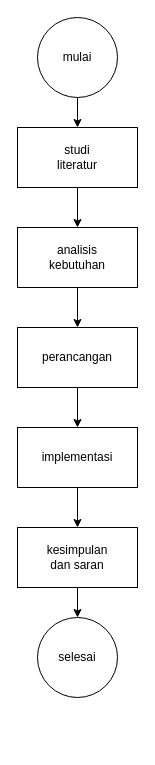
Joestarjordy/Projek-RPL keeps this draw.io diagram as metode.drawio. Above is the earlier version. Source tidied: cells renumbered, new cells numbered last; positions are measured from the earlier drawing's top-left corner, leaving out a move shared by most shapes. Both pictures are drawn from the tidied source at 100%, with x=0, y=0 at pixel (17, 17).
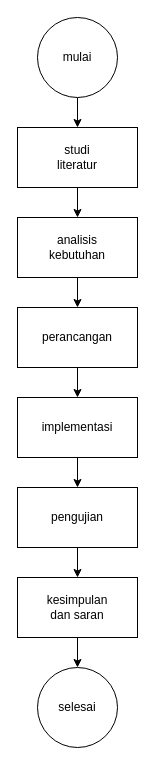
The same page after the edit.

What changed in the source:
```diff
@@
 <mxGraphModel>
   <root>
     <mxCell id="0" />
     <mxCell id="1" parent="0" />
     <mxCell id="2" style="edgeStyle=orthogonalEdgeStyle;rounded=0;jettySize=auto;html=1;exitX=0.5;exitY=1;exitDx=0;exitDy=0;entryX=0.5;entryY=0;entryDx=0;entryDy=0;" parent="1" edge="1" source="3" target="5">
       <mxGeometry relative="1" as="geometry" />
     </mxCell>
     <mxCell id="3" value="mulai" style="ellipse;whiteSpace=wrap;html=1;" parent="1" vertex="1">
       <mxGeometry x="20" width="80" height="80" as="geometry" />
     </mxCell>
     <mxCell id="4" style="edgeStyle=orthogonalEdgeStyle;rounded=0;jettySize=auto;html=1;exitX=0.5;exitY=1;exitDx=0;exitDy=0;entryX=0.5;entryY=0;entryDx=0;entryDy=0;" parent="1" edge="1" source="5" target="7">
       <mxGeometry relative="1" as="geometry" />
     </mxCell>
     <mxCell id="5" value="studi&lt;div&gt;literatur&lt;/div&gt;" style="rounded=0;whiteSpace=wrap;html=1;" parent="1" vertex="1">
       <mxGeometry y="110" width="120" height="60" as="geometry" />
     </mxCell>
     <mxCell id="6" style="edgeStyle=orthogonalEdgeStyle;rounded=0;jettySize=auto;html=1;exitX=0.5;exitY=1;exitDx=0;exitDy=0;entryX=0.5;entryY=0;entryDx=0;entryDy=0;" parent="1" edge="1" source="7" target="9">
       <mxGeometry relative="1" as="geometry" />
     </mxCell>
     <mxCell id="7" value="analisis&lt;div&gt;kebutuhan&lt;/div&gt;" style="rounded=0;whiteSpace=wrap;html=1;" parent="1" vertex="1">
-      <mxGeometry y="210" width="120" height="60" as="geometry" />
+      <mxGeometry y="200" width="120" height="60" as="geometry" />
     </mxCell>
     <mxCell id="8" style="edgeStyle=orthogonalEdgeStyle;rounded=0;jettySize=auto;html=1;exitX=0.5;exitY=1;exitDx=0;exitDy=0;entryX=0.5;entryY=0;entryDx=0;entryDy=0;" parent="1" edge="1" source="9" target="11">
       <mxGeometry relative="1" as="geometry" />
     </mxCell>
     <mxCell id="9" value="perancangan" style="rounded=0;whiteSpace=wrap;html=1;" parent="1" vertex="1">
-      <mxGeometry y="310" width="120" height="60" as="geometry" />
+      <mxGeometry y="290" width="120" height="60" as="geometry" />
     </mxCell>
-    <mxCell id="10" style="edgeStyle=orthogonalEdgeStyle;rounded=0;jettySize=auto;html=1;exitX=0.5;exitY=1;exitDx=0;exitDy=0;entryX=0.5;entryY=0;entryDx=0;entryDy=0;" parent="1" edge="1" source="11" target="13">
-      <mxGeometry relative="1" as="geometry" />
-    </mxCell>
+    <mxCell id="15" style="edgeStyle=orthogonalEdgeStyle;rounded=0;jettySize=auto;html=1;exitX=0.5;exitY=1;exitDx=0;exitDy=0;entryX=0.5;entryY=0;entryDx=0;entryDy=0;" parent="1" edge="1" source="11" target="17">
+      <mxGeometry relative="1" as="geometry" />
+    </mxCell>
     <mxCell id="11" value="implementasi" style="rounded=0;whiteSpace=wrap;html=1;" parent="1" vertex="1">
-      <mxGeometry y="410" width="120" height="60" as="geometry" />
+      <mxGeometry y="380" width="120" height="60" as="geometry" />
     </mxCell>
     <mxCell id="12" style="edgeStyle=orthogonalEdgeStyle;rounded=0;jettySize=auto;html=1;exitX=0.5;exitY=1;exitDx=0;exitDy=0;entryX=0.5;entryY=0;entryDx=0;entryDy=0;" parent="1" edge="1" source="13" target="14">
       <mxGeometry relative="1" as="geometry" />
     </mxCell>
     <mxCell id="13" value="kesimpulan&lt;div&gt;dan saran&lt;/div&gt;" style="rounded=0;whiteSpace=wrap;html=1;" parent="1" vertex="1">
-      <mxGeometry y="510" width="120" height="60" as="geometry" />
+      <mxGeometry y="560" width="120" height="60" as="geometry" />
     </mxCell>
     <mxCell id="14" value="selesai" style="ellipse;whiteSpace=wrap;html=1;" parent="1" vertex="1">
-      <mxGeometry x="20" y="600" width="80" height="80" as="geometry" />
+      <mxGeometry x="20" y="650" width="80" height="80" as="geometry" />
     </mxCell>
+    <mxCell id="16" style="edgeStyle=orthogonalEdgeStyle;rounded=0;jettySize=auto;html=1;exitX=0.5;exitY=1;exitDx=0;exitDy=0;entryX=0.5;entryY=0;entryDx=0;entryDy=0;" parent="1" edge="1" source="17" target="13">
+      <mxGeometry relative="1" as="geometry" />
+    </mxCell>
+    <mxCell id="17" value="pengujian" style="rounded=0;whiteSpace=wrap;html=1;" parent="1" vertex="1">
+      <mxGeometry y="470" width="120" height="60" as="geometry" />
+    </mxCell>
   </root>
 </mxGraphModel>
```
